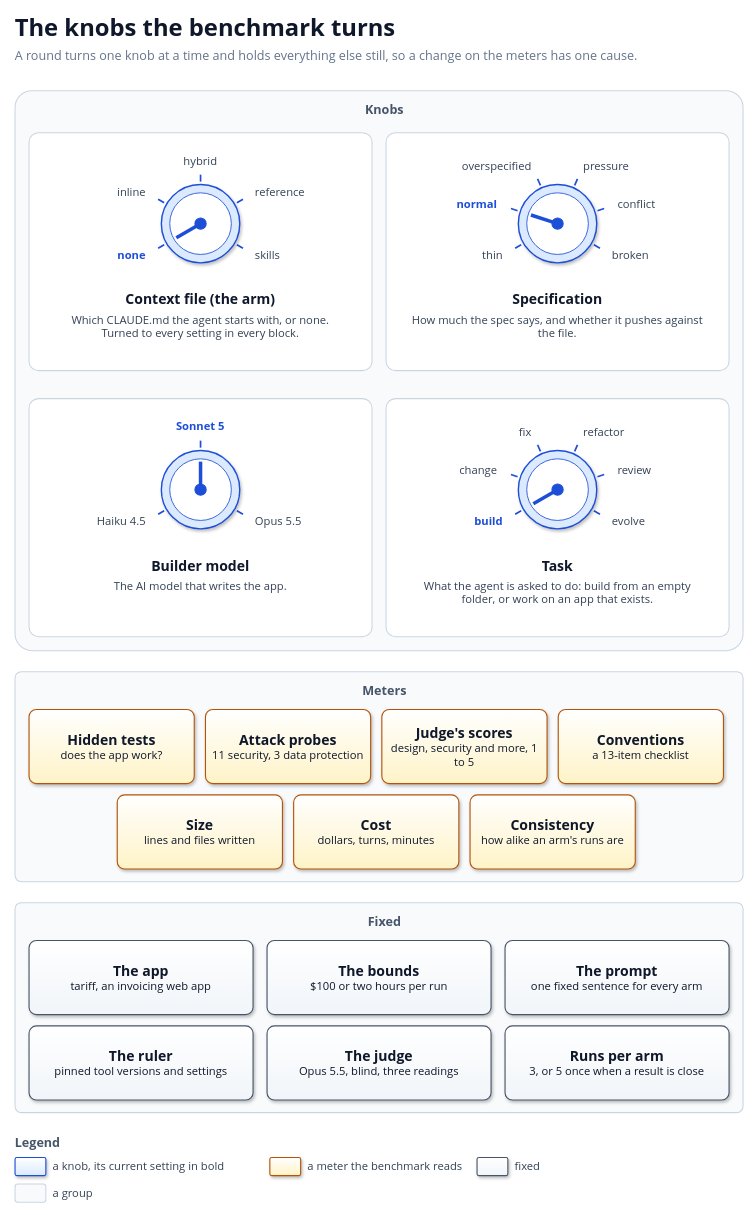
The draw.io diagram docs/diagrams/knobs.drawio in solid-ai-dev/solid-ai-benchmark, before the edit. Source tidied: cells renumbered, new cells numbered last; positions are measured from the earlier drawing's top-left corner, leaving out a move shared by most shapes. Both pictures are drawn from the tidied source at 70%, with x=0, y=0 at pixel (15, 12).
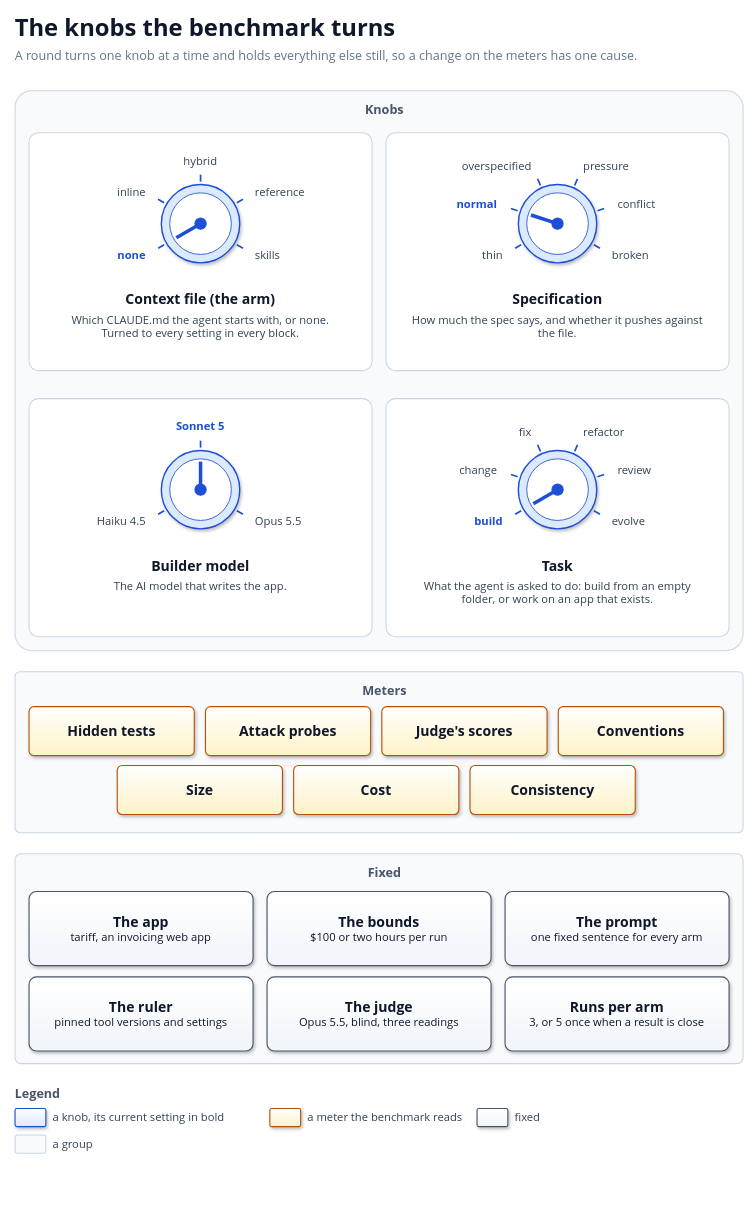
After the change.

Commit message (it also covers changes not shown here):
docs(primer): drop the meter subtitles in the knobs diagram

Claude-Session: https://claude.ai/code/session_01HVh8GVGd72WUJ3BvM7TXQn

Diff of the diagram source:
```diff
@@
     <mxCell id="73" value="Meters" style="rounded=1;arcSize=3;whiteSpace=wrap;html=1;fillColor=#F8FAFC;strokeColor=#CBD5E1;strokeWidth=1.5;verticalAlign=top;align=center;spacingLeft=16;spacingTop=10;fontFamily=Segoe UI;fontSize=18;fontStyle=1;fontColor=#475569;" parent="1" vertex="1">
-      <mxGeometry y="942" width="1040" height="300" as="geometry" />
+      <mxGeometry y="942" width="1040" height="230" as="geometry" />
     </mxCell>
-    <mxCell id="74" value="&lt;b style='font-size:20px'&gt;Hidden tests&lt;/b&gt;&lt;br&gt;&lt;span style='font-size:16px'&gt;does the app work?&lt;/span&gt;" style="rounded=1;arcSize=10;whiteSpace=wrap;html=1;fillColor=#FEF3C7;gradientColor=#FFFFFF;gradientDirection=north;strokeColor=#B45309;strokeWidth=1.6;shadow=1;align=center;verticalAlign=middle;fontFamily=Segoe UI;fontColor=#0F172A;spacing=8;" parent="1" vertex="1">
-      <mxGeometry x="20" y="996" width="236" height="106" as="geometry" />
+    <mxCell id="74" value="&lt;b style='font-size:20px'&gt;Hidden tests&lt;/b&gt;" style="rounded=1;arcSize=10;whiteSpace=wrap;html=1;fillColor=#FEF3C7;gradientColor=#FFFFFF;gradientDirection=north;strokeColor=#B45309;strokeWidth=1.6;shadow=1;align=center;verticalAlign=middle;fontFamily=Segoe UI;fontColor=#0F172A;spacing=8;" parent="1" vertex="1">
+      <mxGeometry x="20" y="992" width="236" height="70" as="geometry" />
     </mxCell>
-    <mxCell id="75" value="&lt;b style='font-size:20px'&gt;Attack probes&lt;/b&gt;&lt;br&gt;&lt;span style='font-size:16px'&gt;11 security, 3 data protection&lt;/span&gt;" style="rounded=1;arcSize=10;whiteSpace=wrap;html=1;fillColor=#FEF3C7;gradientColor=#FFFFFF;gradientDirection=north;strokeColor=#B45309;strokeWidth=1.6;shadow=1;align=center;verticalAlign=middle;fontFamily=Segoe UI;fontColor=#0F172A;spacing=8;" parent="1" vertex="1">
-      <mxGeometry x="272" y="996" width="236" height="106" as="geometry" />
+    <mxCell id="75" value="&lt;b style='font-size:20px'&gt;Attack probes&lt;/b&gt;" style="rounded=1;arcSize=10;whiteSpace=wrap;html=1;fillColor=#FEF3C7;gradientColor=#FFFFFF;gradientDirection=north;strokeColor=#B45309;strokeWidth=1.6;shadow=1;align=center;verticalAlign=middle;fontFamily=Segoe UI;fontColor=#0F172A;spacing=8;" parent="1" vertex="1">
+      <mxGeometry x="272" y="992" width="236" height="70" as="geometry" />
     </mxCell>
-    <mxCell id="76" value="&lt;b style='font-size:20px'&gt;Judge's scores&lt;/b&gt;&lt;br&gt;&lt;span style='font-size:16px'&gt;design, security and more, 1 to 5&lt;/span&gt;" style="rounded=1;arcSize=10;whiteSpace=wrap;html=1;fillColor=#FEF3C7;gradientColor=#FFFFFF;gradientDirection=north;strokeColor=#B45309;strokeWidth=1.6;shadow=1;align=center;verticalAlign=middle;fontFamily=Segoe UI;fontColor=#0F172A;spacing=8;" parent="1" vertex="1">
-      <mxGeometry x="524" y="996" width="236" height="106" as="geometry" />
+    <mxCell id="76" value="&lt;b style='font-size:20px'&gt;Judge's scores&lt;/b&gt;" style="rounded=1;arcSize=10;whiteSpace=wrap;html=1;fillColor=#FEF3C7;gradientColor=#FFFFFF;gradientDirection=north;strokeColor=#B45309;strokeWidth=1.6;shadow=1;align=center;verticalAlign=middle;fontFamily=Segoe UI;fontColor=#0F172A;spacing=8;" parent="1" vertex="1">
+      <mxGeometry x="524" y="992" width="236" height="70" as="geometry" />
     </mxCell>
-    <mxCell id="77" value="&lt;b style='font-size:20px'&gt;Conventions&lt;/b&gt;&lt;br&gt;&lt;span style='font-size:16px'&gt;a 13-item checklist&lt;/span&gt;" style="rounded=1;arcSize=10;whiteSpace=wrap;html=1;fillColor=#FEF3C7;gradientColor=#FFFFFF;gradientDirection=north;strokeColor=#B45309;strokeWidth=1.6;shadow=1;align=center;verticalAlign=middle;fontFamily=Segoe UI;fontColor=#0F172A;spacing=8;" parent="1" vertex="1">
-      <mxGeometry x="776" y="996" width="236" height="106" as="geometry" />
+    <mxCell id="77" value="&lt;b style='font-size:20px'&gt;Conventions&lt;/b&gt;" style="rounded=1;arcSize=10;whiteSpace=wrap;html=1;fillColor=#FEF3C7;gradientColor=#FFFFFF;gradientDirection=north;strokeColor=#B45309;strokeWidth=1.6;shadow=1;align=center;verticalAlign=middle;fontFamily=Segoe UI;fontColor=#0F172A;spacing=8;" parent="1" vertex="1">
+      <mxGeometry x="776" y="992" width="236" height="70" as="geometry" />
     </mxCell>
-    <mxCell id="78" value="&lt;b style='font-size:20px'&gt;Size&lt;/b&gt;&lt;br&gt;&lt;span style='font-size:16px'&gt;lines and files written&lt;/span&gt;" style="rounded=1;arcSize=10;whiteSpace=wrap;html=1;fillColor=#FEF3C7;gradientColor=#FFFFFF;gradientDirection=north;strokeColor=#B45309;strokeWidth=1.6;shadow=1;align=center;verticalAlign=middle;fontFamily=Segoe UI;fontColor=#0F172A;spacing=8;" parent="1" vertex="1">
-      <mxGeometry x="146" y="1118" width="236" height="106" as="geometry" />
+    <mxCell id="78" value="&lt;b style='font-size:20px'&gt;Size&lt;/b&gt;" style="rounded=1;arcSize=10;whiteSpace=wrap;html=1;fillColor=#FEF3C7;gradientColor=#FFFFFF;gradientDirection=north;strokeColor=#B45309;strokeWidth=1.6;shadow=1;align=center;verticalAlign=middle;fontFamily=Segoe UI;fontColor=#0F172A;spacing=8;" parent="1" vertex="1">
+      <mxGeometry x="146" y="1076" width="236" height="70" as="geometry" />
     </mxCell>
-    <mxCell id="79" value="&lt;b style='font-size:20px'&gt;Cost&lt;/b&gt;&lt;br&gt;&lt;span style='font-size:16px'&gt;dollars, turns, minutes&lt;/span&gt;" style="rounded=1;arcSize=10;whiteSpace=wrap;html=1;fillColor=#FEF3C7;gradientColor=#FFFFFF;gradientDirection=north;strokeColor=#B45309;strokeWidth=1.6;shadow=1;align=center;verticalAlign=middle;fontFamily=Segoe UI;fontColor=#0F172A;spacing=8;" parent="1" vertex="1">
-      <mxGeometry x="398" y="1118" width="236" height="106" as="geometry" />
+    <mxCell id="79" value="&lt;b style='font-size:20px'&gt;Cost&lt;/b&gt;" style="rounded=1;arcSize=10;whiteSpace=wrap;html=1;fillColor=#FEF3C7;gradientColor=#FFFFFF;gradientDirection=north;strokeColor=#B45309;strokeWidth=1.6;shadow=1;align=center;verticalAlign=middle;fontFamily=Segoe UI;fontColor=#0F172A;spacing=8;" parent="1" vertex="1">
+      <mxGeometry x="398" y="1076" width="236" height="70" as="geometry" />
     </mxCell>
-    <mxCell id="80" value="&lt;b style='font-size:20px'&gt;Consistency&lt;/b&gt;&lt;br&gt;&lt;span style='font-size:16px'&gt;how alike an arm's runs are&lt;/span&gt;" style="rounded=1;arcSize=10;whiteSpace=wrap;html=1;fillColor=#FEF3C7;gradientColor=#FFFFFF;gradientDirection=north;strokeColor=#B45309;strokeWidth=1.6;shadow=1;align=center;verticalAlign=middle;fontFamily=Segoe UI;fontColor=#0F172A;spacing=8;" parent="1" vertex="1">
-      <mxGeometry x="650" y="1118" width="236" height="106" as="geometry" />
+    <mxCell id="80" value="&lt;b style='font-size:20px'&gt;Consistency&lt;/b&gt;" style="rounded=1;arcSize=10;whiteSpace=wrap;html=1;fillColor=#FEF3C7;gradientColor=#FFFFFF;gradientDirection=north;strokeColor=#B45309;strokeWidth=1.6;shadow=1;align=center;verticalAlign=middle;fontFamily=Segoe UI;fontColor=#0F172A;spacing=8;" parent="1" vertex="1">
+      <mxGeometry x="650" y="1076" width="236" height="70" as="geometry" />
     </mxCell>
     <mxCell id="81" value="Fixed" style="rounded=1;arcSize=3;whiteSpace=wrap;html=1;fillColor=#F8FAFC;strokeColor=#CBD5E1;strokeWidth=1.5;verticalAlign=top;align=center;spacingLeft=16;spacingTop=10;fontFamily=Segoe UI;fontSize=18;fontStyle=1;fontColor=#475569;" parent="1" vertex="1">
-      <mxGeometry y="1272" width="1040" height="300" as="geometry" />
+      <mxGeometry y="1202" width="1040" height="300" as="geometry" />
     </mxCell>
     <mxCell id="82" value="&lt;b style='font-size:20px'&gt;The app&lt;/b&gt;&lt;br&gt;&lt;span style='font-size:16px'&gt;tariff, an invoicing web app&lt;/span&gt;" style="rounded=1;arcSize=10;whiteSpace=wrap;html=1;fillColor=#F1F5F9;gradientColor=#FFFFFF;gradientDirection=north;strokeColor=#475569;strokeWidth=1.6;shadow=1;align=center;verticalAlign=middle;fontFamily=Segoe UI;fontColor=#0F172A;spacing=8;" parent="1" vertex="1">
-      <mxGeometry x="20" y="1326" width="320" height="106" as="geometry" />
+      <mxGeometry x="20" y="1256" width="320" height="106" as="geometry" />
     </mxCell>
     <mxCell id="83" value="&lt;b style='font-size:20px'&gt;The bounds&lt;/b&gt;&lt;br&gt;&lt;span style='font-size:16px'&gt;$100 or two hours per run&lt;/span&gt;" style="rounded=1;arcSize=10;whiteSpace=wrap;html=1;fillColor=#F1F5F9;gradientColor=#FFFFFF;gradientDirection=north;strokeColor=#475569;strokeWidth=1.6;shadow=1;align=center;verticalAlign=middle;fontFamily=Segoe UI;fontColor=#0F172A;spacing=8;" parent="1" vertex="1">
-      <mxGeometry x="360" y="1326" width="320" height="106" as="geometry" />
+      <mxGeometry x="360" y="1256" width="320" height="106" as="geometry" />
     </mxCell>
     <mxCell id="84" value="&lt;b style='font-size:20px'&gt;The prompt&lt;/b&gt;&lt;br&gt;&lt;span style='font-size:16px'&gt;one fixed sentence for every arm&lt;/span&gt;" style="rounded=1;arcSize=10;whiteSpace=wrap;html=1;fillColor=#F1F5F9;gradientColor=#FFFFFF;gradientDirection=north;strokeColor=#475569;strokeWidth=1.6;shadow=1;align=center;verticalAlign=middle;fontFamily=Segoe UI;fontColor=#0F172A;spacing=8;" parent="1" vertex="1">
-      <mxGeometry x="700" y="1326" width="320" height="106" as="geometry" />
+      <mxGeometry x="700" y="1256" width="320" height="106" as="geometry" />
     </mxCell>
     <mxCell id="85" value="&lt;b style='font-size:20px'&gt;The ruler&lt;/b&gt;&lt;br&gt;&lt;span style='font-size:16px'&gt;pinned tool versions and settings&lt;/span&gt;" style="rounded=1;arcSize=10;whiteSpace=wrap;html=1;fillColor=#F1F5F9;gradientColor=#FFFFFF;gradientDirection=north;strokeColor=#475569;strokeWidth=1.6;shadow=1;align=center;verticalAlign=middle;fontFamily=Segoe UI;fontColor=#0F172A;spacing=8;" parent="1" vertex="1">
-      <mxGeometry x="20" y="1448" width="320" height="106" as="geometry" />
+      <mxGeometry x="20" y="1378" width="320" height="106" as="geometry" />
     </mxCell>
     <mxCell id="86" value="&lt;b style='font-size:20px'&gt;The judge&lt;/b&gt;&lt;br&gt;&lt;span style='font-size:16px'&gt;Opus 5.5, blind, three readings&lt;/span&gt;" style="rounded=1;arcSize=10;whiteSpace=wrap;html=1;fillColor=#F1F5F9;gradientColor=#FFFFFF;gradientDirection=north;strokeColor=#475569;strokeWidth=1.6;shadow=1;align=center;verticalAlign=middle;fontFamily=Segoe UI;fontColor=#0F172A;spacing=8;" parent="1" vertex="1">
-      <mxGeometry x="360" y="1448" width="320" height="106" as="geometry" />
+      <mxGeometry x="360" y="1378" width="320" height="106" as="geometry" />
     </mxCell>
     <mxCell id="87" value="&lt;b style='font-size:20px'&gt;Runs per arm&lt;/b&gt;&lt;br&gt;&lt;span style='font-size:16px'&gt;3, or 5 once when a result is close&lt;/span&gt;" style="rounded=1;arcSize=10;whiteSpace=wrap;html=1;fillColor=#F1F5F9;gradientColor=#FFFFFF;gradientDirection=north;strokeColor=#475569;strokeWidth=1.6;shadow=1;align=center;verticalAlign=middle;fontFamily=Segoe UI;fontColor=#0F172A;spacing=8;" parent="1" vertex="1">
-      <mxGeometry x="700" y="1448" width="320" height="106" as="geometry" />
+      <mxGeometry x="700" y="1378" width="320" height="106" as="geometry" />
     </mxCell>
     <mxCell id="88" value="Legend" style="text;html=1;whiteSpace=wrap;strokeColor=none;fillColor=none;align=left;verticalAlign=middle;fontFamily=Segoe UI;fontSize=18;fontColor=#475569;fontStyle=1;spacing=0;" parent="1" vertex="1">
-      <mxGeometry y="1602" width="200" height="24" as="geometry" />
+      <mxGeometry y="1532" width="200" height="24" as="geometry" />
     </mxCell>
     <mxCell id="89" value="&lt;b style='font-size:20px'&gt;&lt;/b&gt;" style="rounded=1;arcSize=10;whiteSpace=wrap;html=1;fillColor=#DBEAFE;gradientColor=#FFFFFF;gradientDirection=north;strokeColor=#1D4ED8;strokeWidth=1.6;shadow=1;align=center;verticalAlign=middle;fontFamily=Segoe UI;fontColor=#0F172A;spacing=8;" parent="1" vertex="1">
-      <mxGeometry y="1636" width="44" height="26" as="geometry" />
+      <mxGeometry y="1566" width="44" height="26" as="geometry" />
     </mxCell>
     <mxCell id="90" value="a knob, its current setting in bold" style="text;html=1;whiteSpace=wrap;strokeColor=none;fillColor=none;align=left;verticalAlign=middle;fontFamily=Segoe UI;fontSize=16;fontColor=#334155;fontStyle=0;spacing=0;" parent="1" vertex="1">
-      <mxGeometry x="54" y="1636" width="300" height="26" as="geometry" />
+      <mxGeometry x="54" y="1566" width="300" height="26" as="geometry" />
     </mxCell>
     <mxCell id="91" value="&lt;b style='font-size:20px'&gt;&lt;/b&gt;" style="rounded=1;arcSize=10;whiteSpace=wrap;html=1;fillColor=#FEF3C7;gradientColor=#FFFFFF;gradientDirection=north;strokeColor=#B45309;strokeWidth=1.6;shadow=1;align=center;verticalAlign=middle;fontFamily=Segoe UI;fontColor=#0F172A;spacing=8;" parent="1" vertex="1">
-      <mxGeometry x="364" y="1636" width="44" height="26" as="geometry" />
+      <mxGeometry x="364" y="1566" width="44" height="26" as="geometry" />
     </mxCell>
     <mxCell id="92" value="a meter the benchmark reads" style="text;html=1;whiteSpace=wrap;strokeColor=none;fillColor=none;align=left;verticalAlign=middle;fontFamily=Segoe UI;fontSize=16;fontColor=#334155;fontStyle=0;spacing=0;" parent="1" vertex="1">
-      <mxGeometry x="418" y="1636" width="300" height="26" as="geometry" />
+      <mxGeometry x="418" y="1566" width="300" height="26" as="geometry" />
     </mxCell>
     <mxCell id="93" value="&lt;b style='font-size:20px'&gt;&lt;/b&gt;" style="rounded=1;arcSize=10;whiteSpace=wrap;html=1;fillColor=#F1F5F9;gradientColor=#FFFFFF;gradientDirection=north;strokeColor=#475569;strokeWidth=1.6;shadow=1;align=center;verticalAlign=middle;fontFamily=Segoe UI;fontColor=#0F172A;spacing=8;" parent="1" vertex="1">
-      <mxGeometry x="660" y="1636" width="44" height="26" as="geometry" />
+      <mxGeometry x="660" y="1566" width="44" height="26" as="geometry" />
     </mxCell>
     <mxCell id="94" value="fixed" style="text;html=1;whiteSpace=wrap;strokeColor=none;fillColor=none;align=left;verticalAlign=middle;fontFamily=Segoe UI;fontSize=16;fontColor=#334155;fontStyle=0;spacing=0;" parent="1" vertex="1">
-      <mxGeometry x="714" y="1636" width="300" height="26" as="geometry" />
+      <mxGeometry x="714" y="1566" width="300" height="26" as="geometry" />
     </mxCell>
     <mxCell id="95" style="rounded=1;html=1;fillColor=#F8FAFC;strokeColor=#CBD5E1;strokeWidth=1.5;" parent="1" vertex="1">
-      <mxGeometry y="1674" width="44" height="26" as="geometry" />
+      <mxGeometry y="1604" width="44" height="26" as="geometry" />
     </mxCell>
     <mxCell id="96" value="a group" style="text;html=1;whiteSpace=wrap;strokeColor=none;fillColor=none;align=left;verticalAlign=middle;fontFamily=Segoe UI;fontSize=16;fontColor=#334155;fontStyle=0;spacing=0;" parent="1" vertex="1">
-      <mxGeometry x="54" y="1674" width="300" height="26" as="geometry" />
+      <mxGeometry x="54" y="1604" width="300" height="26" as="geometry" />
     </mxCell>
```
